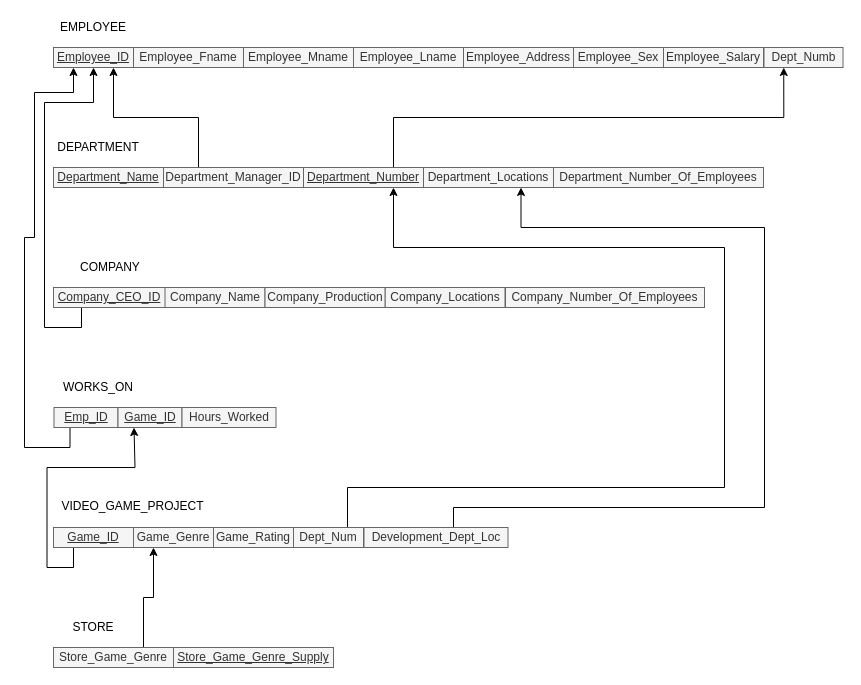
CameronWFox/College_Courses keeps this draw.io diagram as page "DB_Schema" (2 of 3) of Computer_Science_CS/4700_Database_Management/Database Management Project Enitity Relationship Diagram.drawio. Above is the earlier version. Source tidied: cells renumbered, new cells numbered last; positions are measured from the earlier drawing's top-left corner, leaving out a move shared by most shapes. Both pictures are drawn from the tidied source at 100%, with x=0, y=0 at pixel (24, 17).
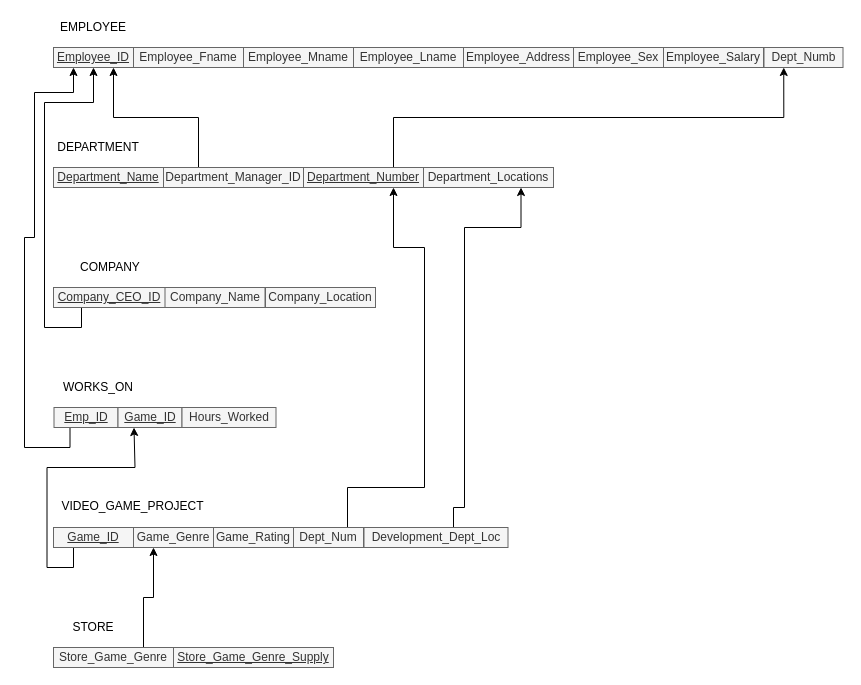
After the change.

The change refers to these unchanged cells:
```xml
<mxCell id="17" value="Department_Number" style="text;html=1;align=center;verticalAlign=middle;whiteSpace=wrap;rounded=0;fillColor=#f5f5f5;strokeColor=#666666;fontColor=#333333;fontStyle=4;" parent="1" vertex="1">
  <mxGeometry x="279" y="150" width="120" height="20" as="geometry" />
</mxCell>
<mxCell id="18" value="Department_Locations" style="text;html=1;align=center;verticalAlign=middle;whiteSpace=wrap;rounded=0;fillColor=#f5f5f5;strokeColor=#666666;fontColor=#333333;" parent="1" vertex="1">
  <mxGeometry x="399" y="150" width="130" height="20" as="geometry" />
</mxCell>
<mxCell id="36" value="Dept_Num" style="text;html=1;align=center;verticalAlign=middle;whiteSpace=wrap;rounded=0;fillColor=#f5f5f5;strokeColor=#666666;fontColor=#333333;fontStyle=0;" parent="1" vertex="1">
  <mxGeometry x="269" y="510" width="70" height="20" as="geometry" />
</mxCell>
<mxCell id="38" value="Development_Dept_Loc" style="text;html=1;align=center;verticalAlign=middle;whiteSpace=wrap;rounded=0;fillColor=#f5f5f5;strokeColor=#666666;fontColor=#333333;" parent="1" vertex="1">
  <mxGeometry x="339.5" y="510" width="144" height="20" as="geometry" />
</mxCell>
```

Change to the diagram source:
```diff
@@
-    <mxCell id="19" value="Department_Number_Of_Employees" style="text;html=1;align=center;verticalAlign=middle;whiteSpace=wrap;rounded=0;fillColor=#f5f5f5;strokeColor=#666666;fontColor=#333333;" parent="1" vertex="1">
-      <mxGeometry x="529" y="150" width="210" height="20" as="geometry" />
-    </mxCell>
@@
-    <mxCell id="21" value="Company_Locations" style="text;html=1;align=center;verticalAlign=middle;whiteSpace=wrap;rounded=0;fillColor=#f5f5f5;strokeColor=#666666;fontColor=#333333;" parent="1" vertex="1">
-      <mxGeometry x="360.5" y="270" width="120" height="20" as="geometry" />
+    <mxCell id="21" value="Company_Location" style="text;html=1;align=center;verticalAlign=middle;whiteSpace=wrap;rounded=0;fillColor=#f5f5f5;strokeColor=#666666;fontColor=#333333;" parent="1" vertex="1">
+      <mxGeometry x="241" y="270" width="110" height="20" as="geometry" />
     </mxCell>
-    <mxCell id="22" value="Company_Number_Of_Employees" style="text;html=1;align=center;verticalAlign=middle;whiteSpace=wrap;rounded=0;fillColor=#f5f5f5;strokeColor=#666666;fontColor=#333333;" parent="1" vertex="1">
-      <mxGeometry x="481" y="270" width="199" height="20" as="geometry" />
-    </mxCell>
@@
     <mxCell id="35" style="edgeStyle=orthogonalEdgeStyle;rounded=0;jettySize=auto;html=1;exitX=0.75;exitY=0;exitDx=0;exitDy=0;entryX=0.75;entryY=1;entryDx=0;entryDy=0;startArrow=none;startFill=0;endArrow=classic;endFill=1;" parent="1" edge="1" source="36" target="17">
       <mxGeometry relative="1" as="geometry">
         <Array as="points">
           <mxPoint x="323" y="510" />
           <mxPoint x="323" y="470" />
-          <mxPoint x="700" y="470" />
-          <mxPoint x="700" y="230" />
+          <mxPoint x="400" y="470" />
+          <mxPoint x="400" y="230" />
           <mxPoint x="369" y="230" />
         </Array>
       </mxGeometry>
     </mxCell>
@@
     <mxCell id="37" style="edgeStyle=orthogonalEdgeStyle;rounded=0;jettySize=auto;html=1;exitX=0.75;exitY=0;exitDx=0;exitDy=0;entryX=0.75;entryY=1;entryDx=0;entryDy=0;startArrow=none;startFill=0;endArrow=classic;endFill=1;" parent="1" edge="1" source="38" target="18">
       <mxGeometry relative="1" as="geometry">
         <Array as="points">
           <mxPoint x="429" y="510" />
           <mxPoint x="429" y="490" />
-          <mxPoint x="740" y="490" />
-          <mxPoint x="740" y="210" />
+          <mxPoint x="440" y="490" />
+          <mxPoint x="440" y="210" />
           <mxPoint x="496" y="210" />
         </Array>
       </mxGeometry>
     </mxCell>
@@
-    <mxCell id="43" value="Company_Production" style="text;html=1;align=center;verticalAlign=middle;whiteSpace=wrap;rounded=0;fillColor=#f5f5f5;strokeColor=#666666;fontColor=#333333;" parent="1" vertex="1">
-      <mxGeometry x="240.5" y="270" width="120" height="20" as="geometry" />
-    </mxCell>
```
